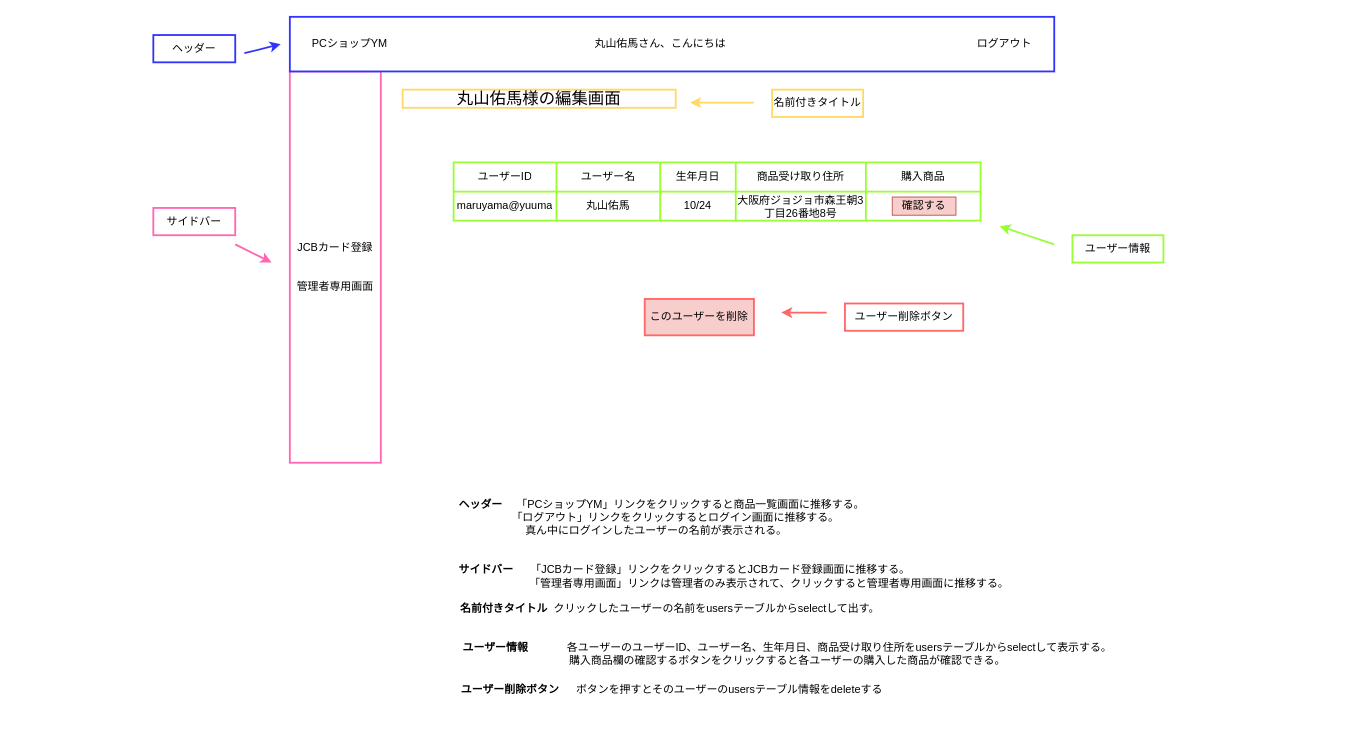
YumaMaruyama/ITworksTRYshopping keeps this draw.io diagram as page "ユーザー編集画面" (14 of 22) of src/main/resources/templates/shopping/Untitled Diagram.drawio. Above is the earlier version. Source tidied: cells renumbered, new cells numbered last; positions are measured from the earlier drawing's top-left corner, leaving out a move shared by most shapes. Both pictures are drawn from the tidied source at 91%, with x=0, y=0 at pixel (15, 16).
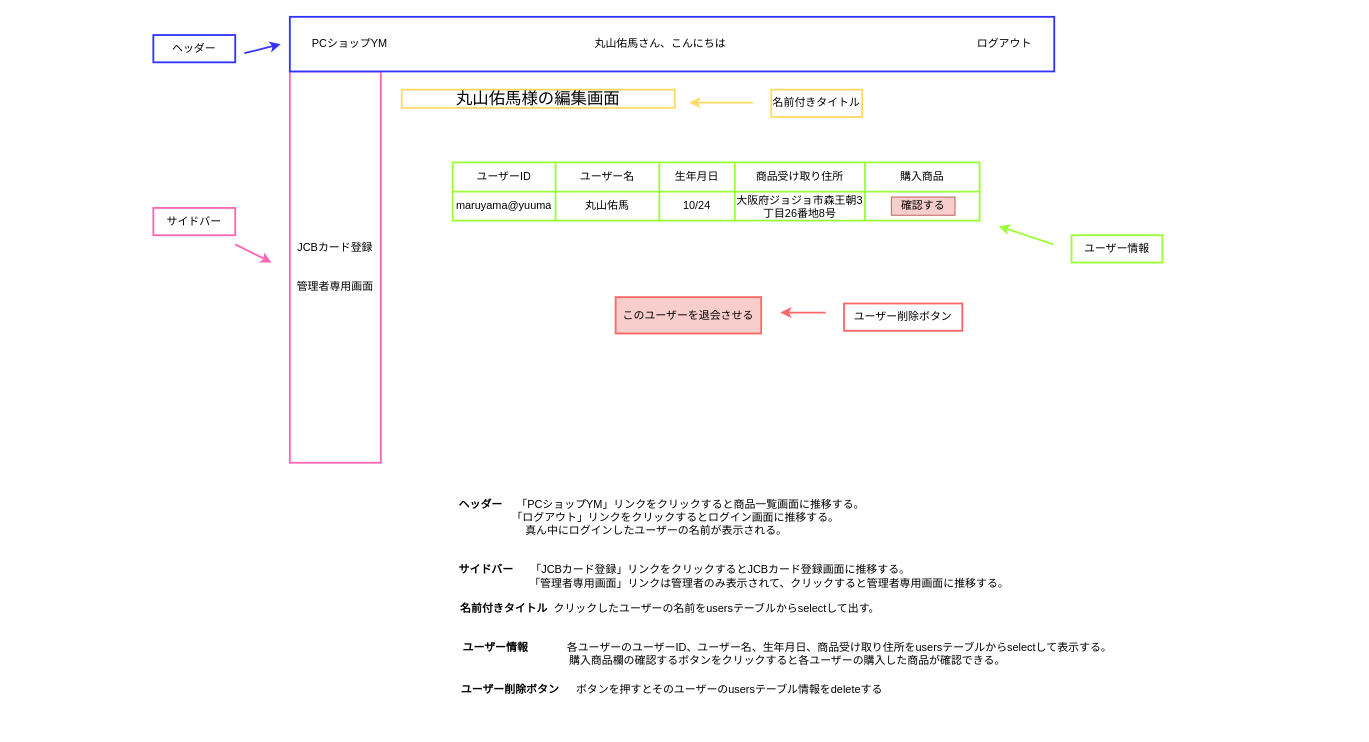
The same diagram, later.

Change to the diagram source:
```diff
@@
     <mxCell id="2" style="group;" parent="1" vertex="1">
-      <mxGeometry x="151" width="1140" height="490" as="geometry" />
+      <mxGeometry x="150" width="1140" height="490" as="geometry" />
     </mxCell>
@@
-    <mxCell id="16" value="このユーザーを削除" style="rounded=0;whiteSpace=wrap;html=1;strokeWidth=2;align=center;verticalAlign=middle;fillColor=#f8cecc;strokeColor=#FF6666;" parent="2" vertex="1">
-      <mxGeometry x="540" y="310" width="120" height="40" as="geometry" />
+    <mxCell id="16" value="このユーザーを退会させる" style="rounded=0;whiteSpace=wrap;html=1;strokeWidth=2;align=center;verticalAlign=middle;fillColor=#f8cecc;strokeColor=#FF6666;" parent="2" vertex="1">
+      <mxGeometry x="509" y="308" width="160" height="40" as="geometry" />
     </mxCell>
```
